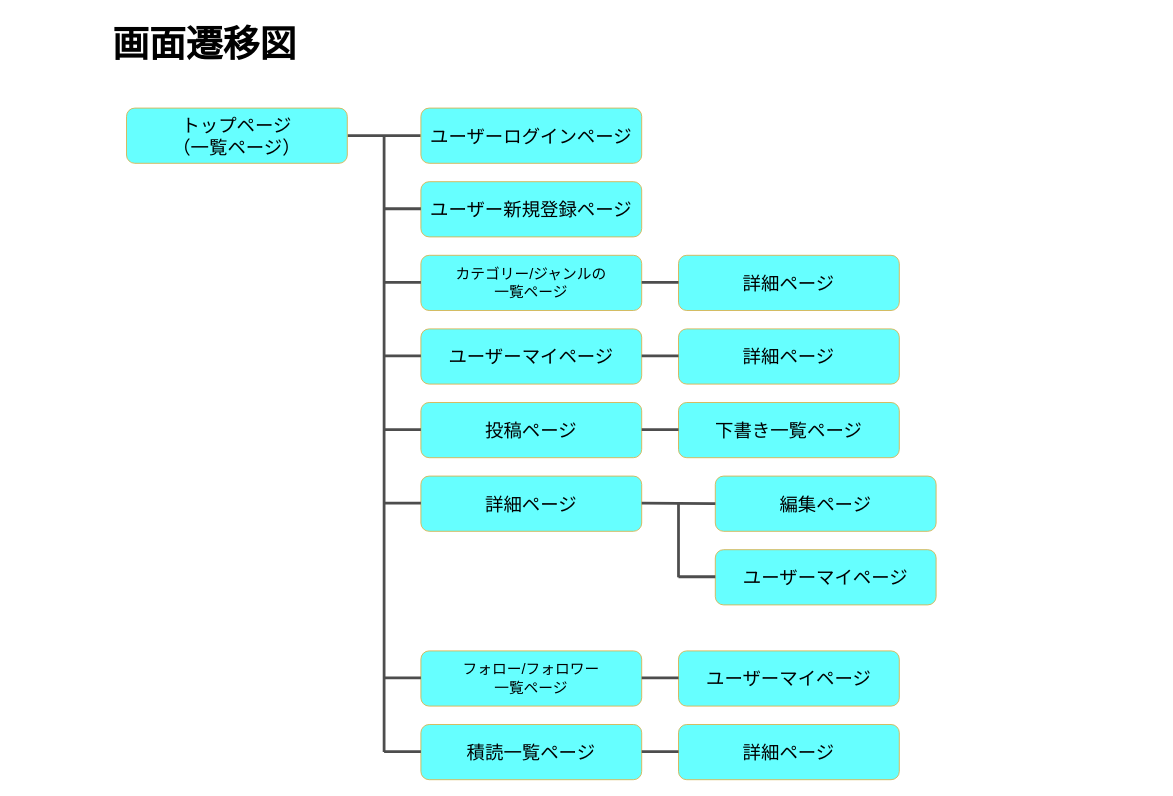
The draw.io diagram page "transition" (2 of 2) of er.dio in kuraomirako/mono-gatari, before the edit. Source tidied: cells renumbered, new cells numbered last; positions are measured from the earlier drawing's top-left corner, leaving out a move shared by most shapes. Both pictures are drawn from the tidied source at 92%, with x=0, y=0 at pixel (16, 16).
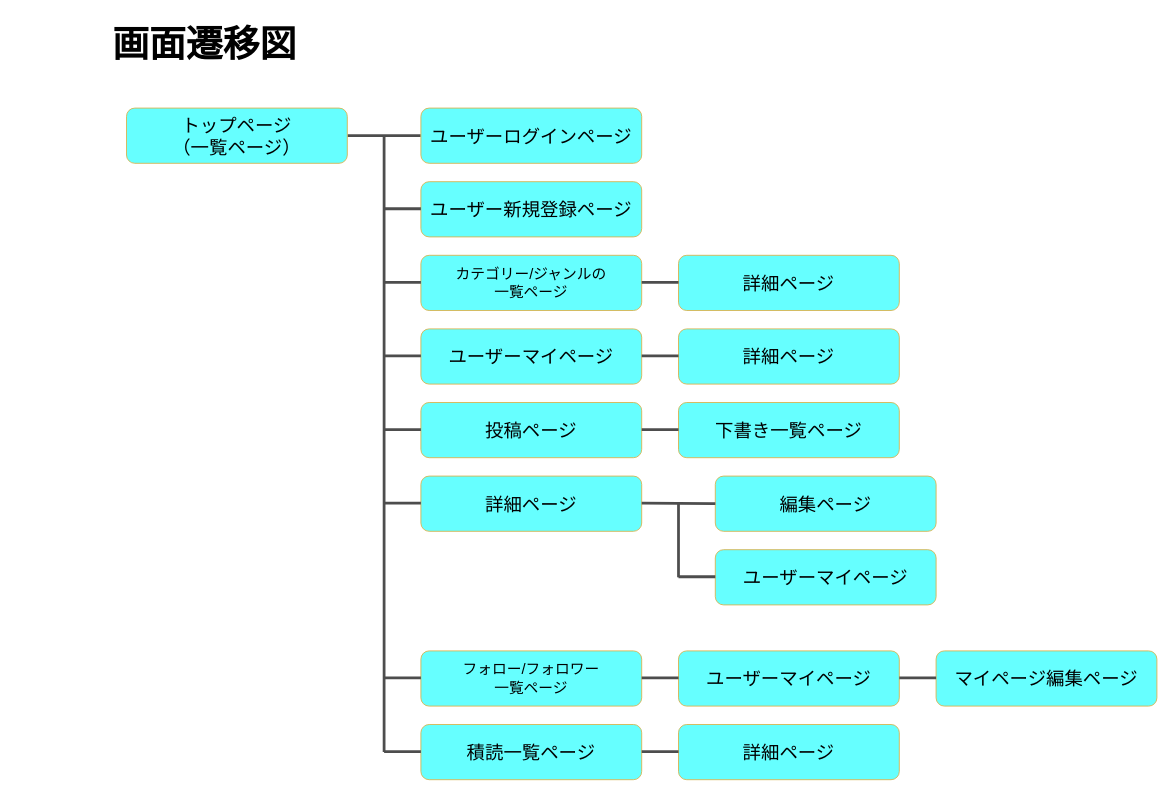
Above is the later version.

Diff of the diagram source:
```diff
@@
+    <mxCell id="36" value="&lt;span style=&quot;font-size: 20px;&quot;&gt;マイページ編集ページ&lt;/span&gt;" style="rounded=1;whiteSpace=wrap;html=1;strokeColor=#d6b656;fillColor=#66FFFF;" parent="1" vertex="1">
+      <mxGeometry x="1000" y="690" width="240" height="60" as="geometry" />
+    </mxCell>
+    <mxCell id="37" style="edgeStyle=none;html=1;entryX=0;entryY=0.5;entryDx=0;entryDy=0;endArrow=none;endFill=0;strokeColor=#4D4D4D;strokeWidth=3;" parent="1" edge="1">
+      <mxGeometry relative="1" as="geometry">
+        <mxPoint x="960" y="719.2" as="sourcePoint" />
+        <mxPoint x="1000" y="719.2" as="targetPoint" />
+      </mxGeometry>
+    </mxCell>
```
